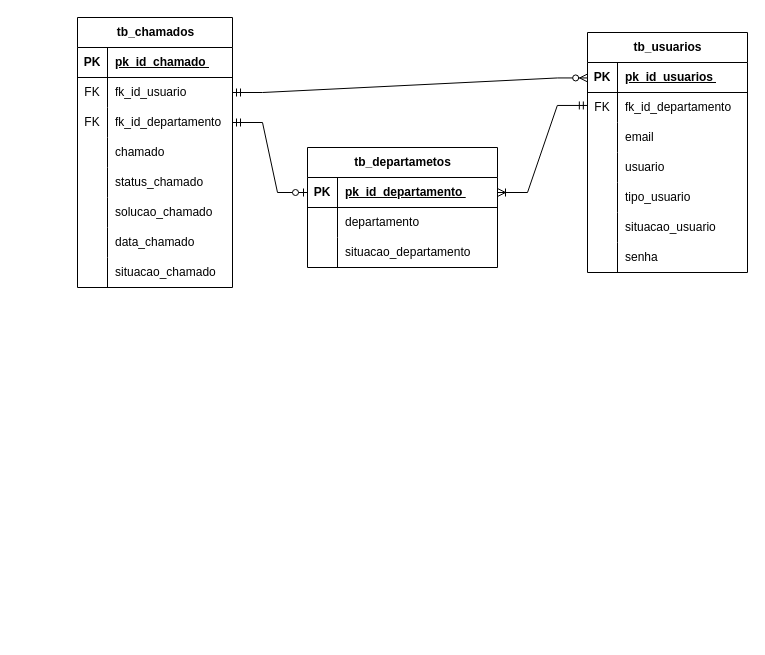
Earlier version of the draw.io diagram documentação/DB_Diagrama_de_entidade_e_Relacionamento.drawio (AlvaroFillipe/Projeto_Chamados). Source tidied: cells renumbered, new cells numbered last; positions are measured from the earlier drawing's top-left corner, leaving out a move shared by most shapes. Both pictures are drawn from the tidied source at 100%, with x=0, y=0 at pixel (77, 17).
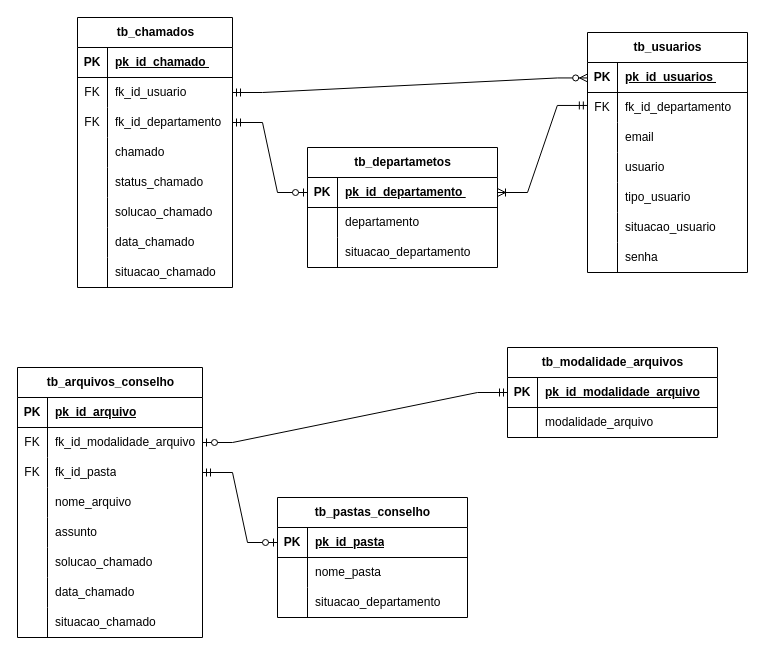
The same page after the edit.

Change to the diagram source:
```diff
@@
+    <mxCell id="62" value="tb_pastas_conselho" style="shape=table;startSize=30;childLayout=tableLayout;rowLines=0;fontStyle=1;align=center;html=1;" parent="1" vertex="1">
+      <mxGeometry x="200" y="480" width="190" height="120" as="geometry" />
+    </mxCell>
+    <mxCell id="63" style="shape=tableRow;horizontal=0;startSize=0;swimlaneHead=0;swimlaneBody=0;fillColor=none;points=[[0,0.5],[1,0.5]];portConstraint=eastwest;top=0;left=0;right=0;bottom=1;" parent="62" vertex="1">
+      <mxGeometry y="30" width="190" height="30" as="geometry" />
+    </mxCell>
+    <mxCell id="64" value="PK" style="shape=partialRectangle;fillColor=none;top=0;left=0;bottom=0;right=0;fontStyle=1;overflow=hidden;whiteSpace=wrap;html=1;" parent="63" vertex="1">
+      <mxGeometry width="30" height="30" as="geometry" />
+    </mxCell>
+    <mxCell id="65" value="pk_id_pasta" style="shape=partialRectangle;fillColor=none;top=0;left=0;bottom=0;right=0;align=left;spacingLeft=6;fontStyle=5;overflow=hidden;whiteSpace=wrap;html=1;" parent="63" vertex="1">
+      <mxGeometry x="30" width="160" height="30" as="geometry" />
+    </mxCell>
+    <mxCell id="66" style="shape=tableRow;horizontal=0;startSize=0;swimlaneHead=0;swimlaneBody=0;fillColor=none;top=0;left=0;right=0;bottom=0;" parent="62" vertex="1">
+      <mxGeometry y="60" width="190" height="30" as="geometry" />
+    </mxCell>
+    <mxCell id="67" style="shape=partialRectangle;fillColor=none;top=0;left=0;bottom=0;right=0;overflow=hidden;whiteSpace=wrap;html=1;" parent="66" vertex="1">
+      <mxGeometry width="30" height="30" as="geometry" />
+    </mxCell>
+    <mxCell id="68" value="nome_pasta" style="shape=partialRectangle;fillColor=none;top=0;left=0;bottom=0;right=0;align=left;spacingLeft=6;overflow=hidden;whiteSpace=wrap;html=1;" parent="66" vertex="1">
+      <mxGeometry x="30" width="160" height="30" as="geometry" />
+    </mxCell>
+    <mxCell id="69" style="shape=tableRow;horizontal=0;startSize=0;swimlaneHead=0;swimlaneBody=0;fillColor=none;top=0;left=0;right=0;bottom=0;" parent="62" vertex="1">
+      <mxGeometry y="90" width="190" height="30" as="geometry" />
+    </mxCell>
+    <mxCell id="70" style="shape=partialRectangle;fillColor=none;top=0;left=0;bottom=0;right=0;overflow=hidden;whiteSpace=wrap;html=1;" parent="69" vertex="1">
+      <mxGeometry width="30" height="30" as="geometry" />
+    </mxCell>
+    <mxCell id="71" value="situacao_departamento&amp;nbsp;" style="shape=partialRectangle;fillColor=none;top=0;left=0;bottom=0;right=0;align=left;spacingLeft=6;overflow=hidden;whiteSpace=wrap;html=1;" parent="69" vertex="1">
+      <mxGeometry x="30" width="160" height="30" as="geometry" />
+    </mxCell>
+    <mxCell id="72" value="tb_arquivos_conselho" style="shape=table;startSize=30;childLayout=tableLayout;rowLines=0;fontStyle=1;align=center;html=1;" parent="1" vertex="1">
+      <mxGeometry x="-60" y="350" width="185" height="270" as="geometry" />
+    </mxCell>
+    <mxCell id="73" style="shape=tableRow;horizontal=0;startSize=0;swimlaneHead=0;swimlaneBody=0;fillColor=none;top=0;left=0;right=0;bottom=1;" parent="72" vertex="1">
+      <mxGeometry y="30" width="185" height="30" as="geometry" />
+    </mxCell>
+    <mxCell id="74" value="PK" style="shape=partialRectangle;fillColor=none;top=0;left=0;bottom=0;right=0;fontStyle=1;overflow=hidden;whiteSpace=wrap;html=1;" parent="73" vertex="1">
+      <mxGeometry width="30" height="30" as="geometry" />
+    </mxCell>
+    <mxCell id="75" value="pk_id_arquivo" style="shape=partialRectangle;fillColor=none;top=0;left=0;bottom=0;right=0;align=left;spacingLeft=6;fontStyle=5;overflow=hidden;whiteSpace=wrap;html=1;" parent="73" vertex="1">
+      <mxGeometry x="30" width="155" height="30" as="geometry" />
+    </mxCell>
+    <mxCell id="76" style="shape=tableRow;horizontal=0;startSize=0;swimlaneHead=0;swimlaneBody=0;fillColor=none;points=[[0,0.5],[1,0.5]];portConstraint=eastwest;top=0;left=0;right=0;bottom=0;" parent="72" vertex="1">
+      <mxGeometry y="60" width="185" height="30" as="geometry" />
+    </mxCell>
+    <mxCell id="77" value="FK" style="shape=partialRectangle;fillColor=none;top=0;left=0;bottom=0;right=0;overflow=hidden;whiteSpace=wrap;html=1;" parent="76" vertex="1">
+      <mxGeometry width="30" height="30" as="geometry" />
+    </mxCell>
+    <mxCell id="78" value="fk_id_modalidade_arquivo" style="shape=partialRectangle;fillColor=none;top=0;left=0;bottom=0;right=0;align=left;spacingLeft=6;overflow=hidden;whiteSpace=wrap;html=1;" parent="76" vertex="1">
+      <mxGeometry x="30" width="155" height="30" as="geometry" />
+    </mxCell>
+    <mxCell id="79" style="shape=tableRow;horizontal=0;startSize=0;swimlaneHead=0;swimlaneBody=0;fillColor=none;points=[[0,0.5],[1,0.5]];portConstraint=eastwest;top=0;left=0;right=0;bottom=0;" parent="72" vertex="1">
+      <mxGeometry y="90" width="185" height="30" as="geometry" />
+    </mxCell>
+    <mxCell id="80" value="FK" style="shape=partialRectangle;fillColor=none;top=0;left=0;bottom=0;right=0;overflow=hidden;whiteSpace=wrap;html=1;" parent="79" vertex="1">
+      <mxGeometry width="30" height="30" as="geometry" />
+    </mxCell>
+    <mxCell id="81" value="fk_id_pasta" style="shape=partialRectangle;fillColor=none;top=0;left=0;bottom=0;right=0;align=left;spacingLeft=6;overflow=hidden;whiteSpace=wrap;html=1;" parent="79" vertex="1">
+      <mxGeometry x="30" width="155" height="30" as="geometry" />
+    </mxCell>
+    <mxCell id="82" style="shape=tableRow;horizontal=0;startSize=0;swimlaneHead=0;swimlaneBody=0;fillColor=none;top=0;left=0;right=0;bottom=0;" parent="72" vertex="1">
+      <mxGeometry y="120" width="185" height="30" as="geometry" />
+    </mxCell>
+    <mxCell id="83" style="shape=partialRectangle;fillColor=none;top=0;left=0;bottom=0;right=0;overflow=hidden;whiteSpace=wrap;html=1;" parent="82" vertex="1">
+      <mxGeometry width="30" height="30" as="geometry" />
+    </mxCell>
+    <mxCell id="84" value="nome_arquivo" style="shape=partialRectangle;fillColor=none;top=0;left=0;bottom=0;right=0;align=left;spacingLeft=6;overflow=hidden;whiteSpace=wrap;html=1;" parent="82" vertex="1">
+      <mxGeometry x="30" width="155" height="30" as="geometry" />
+    </mxCell>
+    <mxCell id="85" style="shape=tableRow;horizontal=0;startSize=0;swimlaneHead=0;swimlaneBody=0;fillColor=none;top=0;left=0;right=0;bottom=0;" parent="72" vertex="1">
+      <mxGeometry y="150" width="185" height="30" as="geometry" />
+    </mxCell>
+    <mxCell id="86" style="shape=partialRectangle;fillColor=none;top=0;left=0;bottom=0;right=0;overflow=hidden;whiteSpace=wrap;html=1;" parent="85" vertex="1">
+      <mxGeometry width="30" height="30" as="geometry" />
+    </mxCell>
+    <mxCell id="87" value="assunto" style="shape=partialRectangle;fillColor=none;top=0;left=0;bottom=0;right=0;align=left;spacingLeft=6;overflow=hidden;whiteSpace=wrap;html=1;" parent="85" vertex="1">
+      <mxGeometry x="30" width="155" height="30" as="geometry" />
+    </mxCell>
+    <mxCell id="88" style="shape=tableRow;horizontal=0;startSize=0;swimlaneHead=0;swimlaneBody=0;fillColor=none;top=0;left=0;right=0;bottom=0;" parent="72" vertex="1">
+      <mxGeometry y="180" width="185" height="30" as="geometry" />
+    </mxCell>
+    <mxCell id="89" style="shape=partialRectangle;fillColor=none;top=0;left=0;bottom=0;right=0;overflow=hidden;whiteSpace=wrap;html=1;" parent="88" vertex="1">
+      <mxGeometry width="30" height="30" as="geometry" />
+    </mxCell>
+    <mxCell id="90" value="solucao_chamado" style="shape=partialRectangle;fillColor=none;top=0;left=0;bottom=0;right=0;align=left;spacingLeft=6;overflow=hidden;whiteSpace=wrap;html=1;" parent="88" vertex="1">
+      <mxGeometry x="30" width="155" height="30" as="geometry" />
+    </mxCell>
+    <mxCell id="91" style="shape=tableRow;horizontal=0;startSize=0;swimlaneHead=0;swimlaneBody=0;fillColor=none;top=0;left=0;right=0;bottom=0;" parent="72" vertex="1">
+      <mxGeometry y="210" width="185" height="30" as="geometry" />
+    </mxCell>
+    <mxCell id="92" style="shape=partialRectangle;fillColor=none;top=0;left=0;bottom=0;right=0;overflow=hidden;whiteSpace=wrap;html=1;" parent="91" vertex="1">
+      <mxGeometry width="30" height="30" as="geometry" />
+    </mxCell>
+    <mxCell id="93" value="data_chamado&amp;nbsp;" style="shape=partialRectangle;fillColor=none;top=0;left=0;bottom=0;right=0;align=left;spacingLeft=6;overflow=hidden;whiteSpace=wrap;html=1;" parent="91" vertex="1">
+      <mxGeometry x="30" width="155" height="30" as="geometry" />
+    </mxCell>
+    <mxCell id="94" style="shape=tableRow;horizontal=0;startSize=0;swimlaneHead=0;swimlaneBody=0;fillColor=none;top=0;left=0;right=0;bottom=0;" parent="72" vertex="1">
+      <mxGeometry y="240" width="185" height="30" as="geometry" />
+    </mxCell>
+    <mxCell id="95" style="shape=partialRectangle;fillColor=none;top=0;left=0;bottom=0;right=0;overflow=hidden;whiteSpace=wrap;html=1;" parent="94" vertex="1">
+      <mxGeometry width="30" height="30" as="geometry" />
+    </mxCell>
+    <mxCell id="96" value="situacao_chamado&amp;nbsp;" style="shape=partialRectangle;fillColor=none;top=0;left=0;bottom=0;right=0;align=left;spacingLeft=6;overflow=hidden;whiteSpace=wrap;html=1;" parent="94" vertex="1">
+      <mxGeometry x="30" width="155" height="30" as="geometry" />
+    </mxCell>
+    <mxCell id="97" style="edgeStyle=entityRelationEdgeStyle;fontSize=12;html=1;endArrow=ERzeroToOne;startArrow=ERmandOne;rounded=0;exitX=1;exitY=0.5;exitDx=0;exitDy=0;entryX=0;entryY=0.5;entryDx=0;entryDy=0;" parent="1" edge="1" source="79" target="63">
+      <mxGeometry relative="1" as="geometry" />
+    </mxCell>
+    <mxCell id="98" value="tb_modalidade_arquivos" style="shape=table;startSize=30;childLayout=tableLayout;rowLines=0;fontStyle=1;align=center;html=1;" parent="1" vertex="1">
+      <mxGeometry x="430" y="330" width="210" height="90" as="geometry" />
+    </mxCell>
+    <mxCell id="99" style="shape=tableRow;horizontal=0;startSize=0;swimlaneHead=0;swimlaneBody=0;fillColor=none;points=[[0,0.5],[1,0.5]];portConstraint=eastwest;top=0;left=0;right=0;bottom=1;" parent="98" vertex="1">
+      <mxGeometry y="30" width="210" height="30" as="geometry" />
+    </mxCell>
+    <mxCell id="100" value="PK" style="shape=partialRectangle;fillColor=none;top=0;left=0;bottom=0;right=0;fontStyle=1;overflow=hidden;whiteSpace=wrap;html=1;" parent="99" vertex="1">
+      <mxGeometry width="30" height="30" as="geometry" />
+    </mxCell>
+    <mxCell id="101" value="pk_id_modalidade_arquivo" style="shape=partialRectangle;fillColor=none;top=0;left=0;bottom=0;right=0;align=left;spacingLeft=6;fontStyle=5;overflow=hidden;whiteSpace=wrap;html=1;" parent="99" vertex="1">
+      <mxGeometry x="30" width="180" height="30" as="geometry" />
+    </mxCell>
+    <mxCell id="102" style="shape=tableRow;horizontal=0;startSize=0;swimlaneHead=0;swimlaneBody=0;fillColor=none;top=0;left=0;right=0;bottom=0;" parent="98" vertex="1">
+      <mxGeometry y="60" width="210" height="30" as="geometry" />
+    </mxCell>
+    <mxCell id="103" style="shape=partialRectangle;fillColor=none;top=0;left=0;bottom=0;right=0;overflow=hidden;whiteSpace=wrap;html=1;" parent="102" vertex="1">
+      <mxGeometry width="30" height="30" as="geometry" />
+    </mxCell>
+    <mxCell id="104" value="modalidade_arquivo" style="shape=partialRectangle;fillColor=none;top=0;left=0;bottom=0;right=0;align=left;spacingLeft=6;overflow=hidden;whiteSpace=wrap;html=1;" parent="102" vertex="1">
+      <mxGeometry x="30" width="180" height="30" as="geometry" />
+    </mxCell>
+    <mxCell id="105" style="edgeStyle=entityRelationEdgeStyle;fontSize=12;html=1;endArrow=ERzeroToOne;startArrow=ERmandOne;rounded=0;exitX=0;exitY=0.5;exitDx=0;exitDy=0;entryX=1;entryY=0.5;entryDx=0;entryDy=0;" parent="1" edge="1" source="99" target="76">
+      <mxGeometry relative="1" as="geometry" />
+    </mxCell>
```
